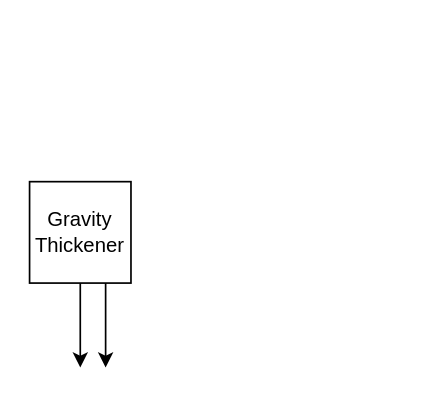
The draw.io diagram Unit1.drawio in aycatoksoy/MBSludgeLine, before the edit. Source tidied: cells renumbered, new cells numbered last; positions are measured from the earlier drawing's top-left corner, leaving out a move shared by most shapes. Both pictures are drawn from the tidied source at 169%, with x=0, y=0 at pixel (29, 181).
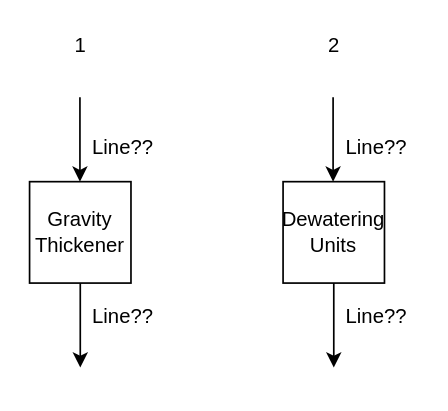
After the change.

The edit, as a diff of the source:
```diff
@@
 <mxGraphModel>
   <root>
     <mxCell id="0" />
     <mxCell id="1" parent="0" />
     <mxCell id="2" style="edgeStyle=orthogonalEdgeStyle;rounded=0;jettySize=auto;html=1;" parent="1" edge="1" source="3">
       <mxGeometry relative="1" as="geometry">
         <mxPoint x="30" y="110" as="targetPoint" />
       </mxGeometry>
     </mxCell>
     <mxCell id="3" value="Gravity Thickener" style="whiteSpace=wrap;html=1;" parent="1" vertex="1">
       <mxGeometry width="60" height="60" as="geometry" />
     </mxCell>
-    <mxCell id="4" style="endArrow=classic;html=1;rounded=0;exitX=0.75;exitY=1;exitDx=0;exitDy=0;" parent="1" edge="1" source="3">
-      <mxGeometry relative="1" as="geometry">
-        <mxPoint x="45" y="110" as="targetPoint" />
-      </mxGeometry>
-    </mxCell>
+    <mxCell id="5" style="endArrow=classic;html=1;rounded=0;exitX=0.75;exitY=1;exitDx=0;exitDy=0;" parent="1" edge="1">
+      <mxGeometry relative="1" as="geometry">
+        <mxPoint x="29.8" y="-50" as="sourcePoint" />
+        <mxPoint x="29.8" as="targetPoint" />
+      </mxGeometry>
+    </mxCell>
+    <mxCell id="6" value="Line??" style="text;html=1;align=center;verticalAlign=middle;strokeColor=none;fillColor=none;" parent="1" vertex="1">
+      <mxGeometry x="30" y="-30" width="50" height="20" as="geometry" />
+    </mxCell>
+    <mxCell id="7" value="Line??" style="text;html=1;align=center;verticalAlign=middle;strokeColor=none;fillColor=none;" parent="1" vertex="1">
+      <mxGeometry x="30" y="70" width="50" height="20" as="geometry" />
+    </mxCell>
+    <mxCell id="8" value="Dewatering Units" style="whiteSpace=wrap;html=1;" parent="1" vertex="1">
+      <mxGeometry x="150" width="60" height="60" as="geometry" />
+    </mxCell>
+    <mxCell id="9" style="endArrow=classic;html=1;rounded=0;exitX=0.75;exitY=1;exitDx=0;exitDy=0;" parent="1" edge="1">
+      <mxGeometry relative="1" as="geometry">
+        <mxPoint x="179.6" y="-50" as="sourcePoint" />
+        <mxPoint x="179.6" as="targetPoint" />
+      </mxGeometry>
+    </mxCell>
+    <mxCell id="10" value="Line??" style="text;html=1;align=center;verticalAlign=middle;strokeColor=none;fillColor=none;" parent="1" vertex="1">
+      <mxGeometry x="180" y="-30" width="50" height="20" as="geometry" />
+    </mxCell>
+    <mxCell id="11" value="Line??" style="text;html=1;align=center;verticalAlign=middle;strokeColor=none;fillColor=none;" parent="1" vertex="1">
+      <mxGeometry x="180" y="70" width="50" height="20" as="geometry" />
+    </mxCell>
+    <mxCell id="12" style="endArrow=classic;html=1;rounded=0;exitX=0.75;exitY=1;exitDx=0;exitDy=0;" parent="1" edge="1">
+      <mxGeometry relative="1" as="geometry">
+        <mxPoint x="180" y="60" as="sourcePoint" />
+        <mxPoint x="180" y="110" as="targetPoint" />
+      </mxGeometry>
+    </mxCell>
+    <mxCell id="13" value="1" style="text;html=1;align=center;verticalAlign=middle;strokeColor=none;fillColor=none;" parent="1" vertex="1">
+      <mxGeometry x="20" y="-90" width="20" height="20" as="geometry" />
+    </mxCell>
+    <mxCell id="14" value="2&lt;br&gt;" style="text;html=1;align=center;verticalAlign=middle;strokeColor=none;fillColor=none;" parent="1" vertex="1">
+      <mxGeometry x="170" y="-90" width="20" height="20" as="geometry" />
+    </mxCell>
   </root>
 </mxGraphModel>
```
